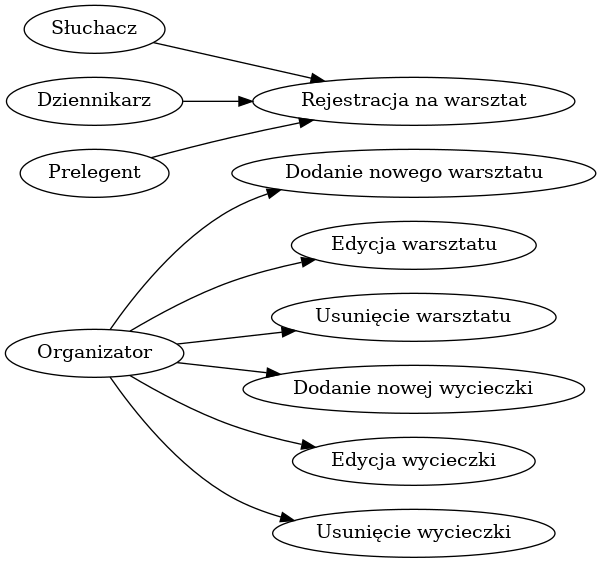
The Graphviz diagram przypadki.png in zyla/iop_konferencja, before a commit. Its source is kept beside it as przypadki.dot.
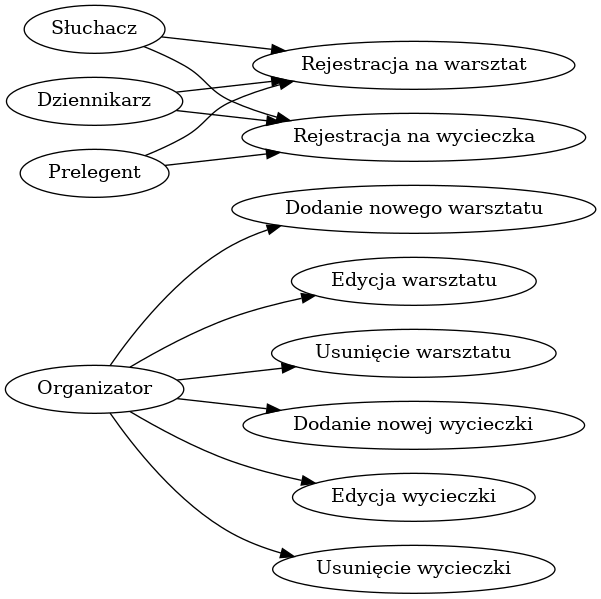
The same diagram one commit later.

What changed in the source:
```diff
@@ -7,4 +7,7 @@
 "Słuchacz" -> "Rejestracja na warsztat"
 "Dziennikarz" -> "Rejestracja na warsztat"
 "Prelegent" -> "Rejestracja na warsztat"
+"Słuchacz" -> "Rejestracja na wycieczka"
+"Dziennikarz" -> "Rejestracja na wycieczka"
+"Prelegent" -> "Rejestracja na wycieczka"
  }
```
